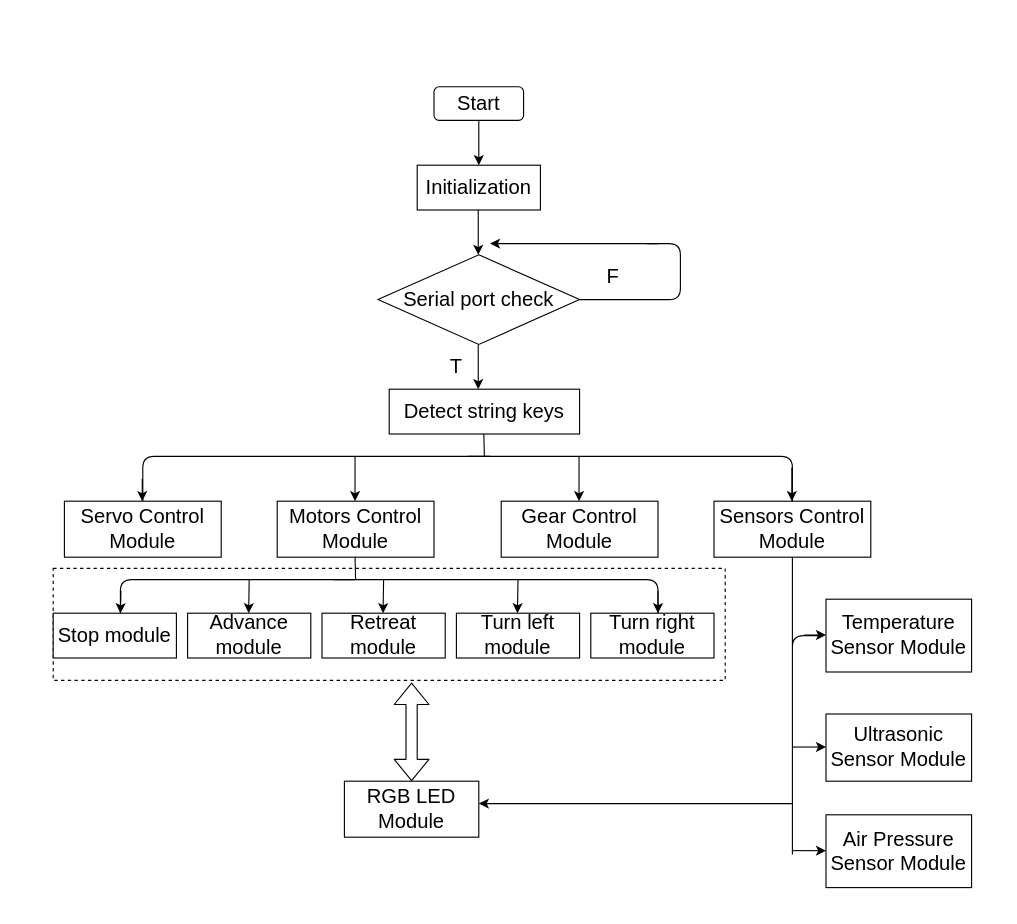
This is page "Arduino1" (1 of 3) of Software.drawio from AengusXC/Rover, a draw.io file, before an edit. Source tidied: cells renumbered, new cells numbered last; positions are measured from the earlier drawing's top-left corner, leaving out a move shared by most shapes. Both pictures are drawn from the tidied source at 112%, with x=0, y=0 at pixel (53, 86).
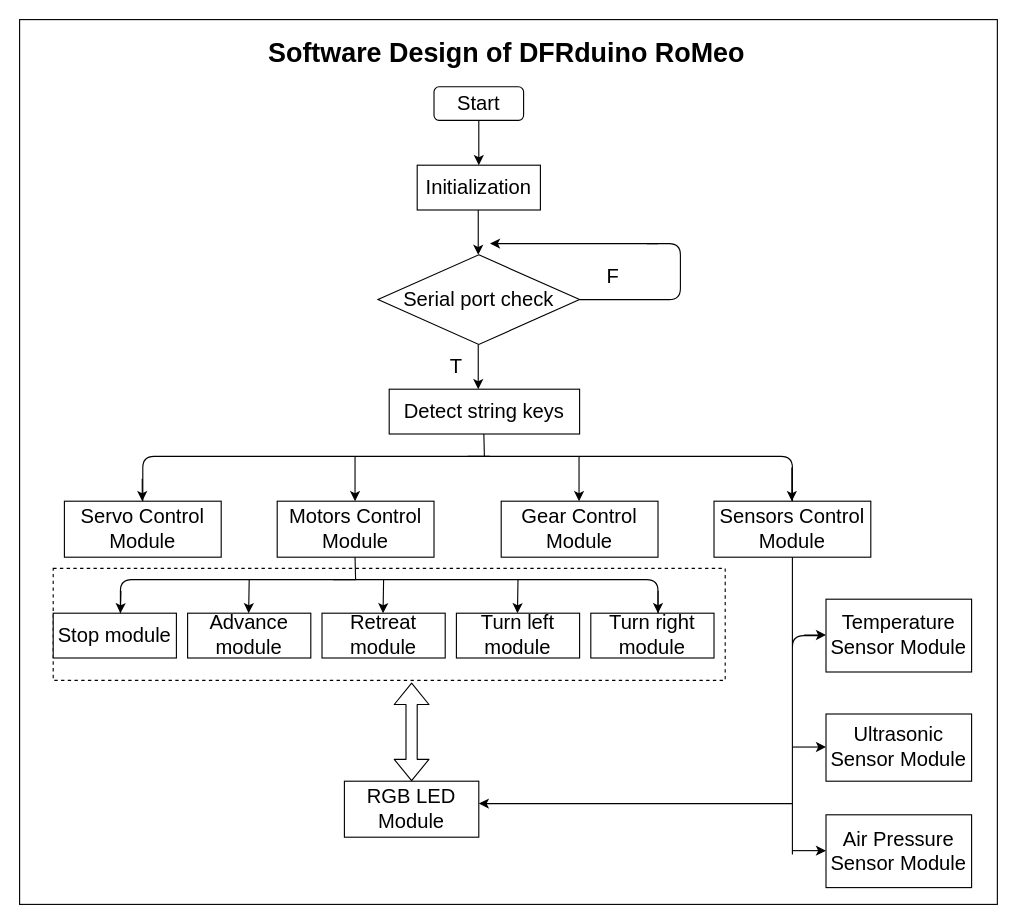
The same page after the edit.

Diff of the diagram source:
```diff
@@
+    <mxCell id="48" style="whiteSpace=wrap;html=1;" parent="1" vertex="1">
+      <mxGeometry x="-30" y="-60" width="873" height="790" as="geometry" />
+    </mxCell>
@@
+    <mxCell id="49" value="&lt;font size=&quot;1&quot;&gt;&lt;b style=&quot;font-size: 24px&quot;&gt;Software Design of DFRduino RoMeo&lt;/b&gt;&lt;/font&gt;" style="text;html=1;strokeColor=none;fillColor=none;align=center;verticalAlign=middle;whiteSpace=wrap;rounded=0;" parent="1" vertex="1">
+      <mxGeometry x="150" y="-40" width="510" height="20" as="geometry" />
+    </mxCell>
```
